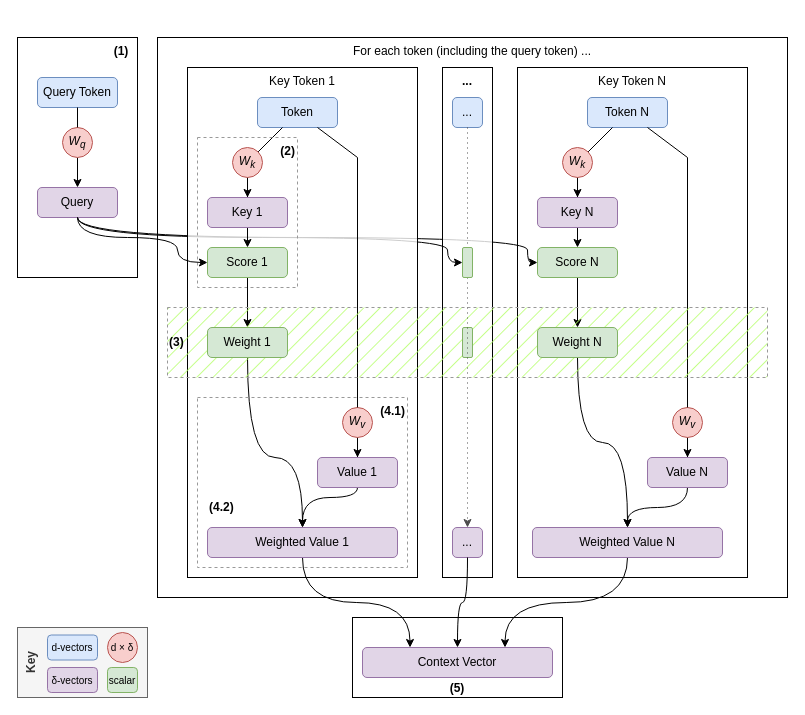
Above: book/images/attention/overview.drawio in yshavit/llm-notes (draw.io), before the change. Source tidied: cells renumbered, new cells numbered last; positions are measured from the earlier drawing's top-left corner, leaving out a move shared by most shapes. Both pictures are drawn from the tidied source at 100%, with x=0, y=0 at pixel (17, 37).
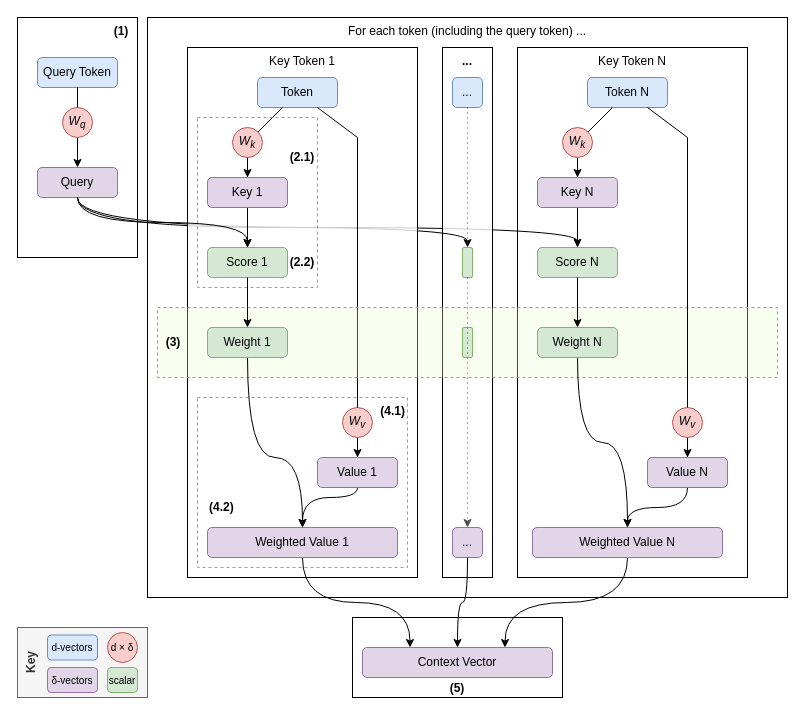
After the change.

Commit message (it also covers changes not shown here):
attention: rewording of overview

The change refers to these unchanged cells:
```xml
<mxCell id="21" value="W&lt;sub&gt;v&lt;/sub&gt;" style="ellipse;whiteSpace=wrap;html=1;fontStyle=2;fillColor=#f8cecc;strokeColor=#b85450;" parent="1" vertex="1">
  <mxGeometry x="655" y="370" width="30" height="30" as="geometry" />
</mxCell>
<mxCell id="24" value="Score N" style="rounded=1;whiteSpace=wrap;html=1;fillColor=#d5e8d4;strokeColor=#82b366;" parent="1" vertex="1">
  <mxGeometry x="520" y="210" width="80" height="30" as="geometry" />
</mxCell>
<mxCell id="26" value="Weighted Value N" style="rounded=1;whiteSpace=wrap;html=1;fillColor=#e1d5e7;strokeColor=#9673a6;" parent="1" vertex="1">
  <mxGeometry x="515" y="490" width="190" height="30" as="geometry" />
</mxCell>
<mxCell id="29" value="..." style="rounded=1;whiteSpace=wrap;html=1;fillColor=#e1d5e7;strokeColor=#9673a6;" parent="1" vertex="1">
  <mxGeometry x="435" y="490" width="30" height="30" as="geometry" />
</mxCell>
<mxCell id="41" value="W&lt;sub&gt;v&lt;/sub&gt;" style="ellipse;whiteSpace=wrap;html=1;fontStyle=2;fillColor=#f8cecc;strokeColor=#b85450;" parent="1" vertex="1">
  <mxGeometry x="325" y="370" width="30" height="30" as="geometry" />
</mxCell>
<mxCell id="60" style="rounded=1;whiteSpace=wrap;html=1;fillColor=#d5e8d4;strokeColor=#82b366;" parent="1" vertex="1">
  <mxGeometry x="445" y="210" width="10" height="30" as="geometry" />
</mxCell>
<mxCell id="62" value="Score 1" style="rounded=1;whiteSpace=wrap;html=1;fillColor=#d5e8d4;strokeColor=#82b366;" parent="1" vertex="1">
  <mxGeometry x="190" y="210" width="80" height="30" as="geometry" />
</mxCell>
<mxCell id="65" value="Weighted Value 1" style="rounded=1;whiteSpace=wrap;html=1;fillColor=#e1d5e7;strokeColor=#9673a6;" parent="1" vertex="1">
  <mxGeometry x="190" y="490" width="190" height="30" as="geometry" />
</mxCell>
```

Change to the diagram source:
```diff
@@
     <mxCell id="2" value="&lt;span style=&quot;&quot;&gt;(1)&amp;nbsp;&amp;nbsp;&lt;/span&gt;" style="rounded=0;whiteSpace=wrap;html=1;fontStyle=1;verticalAlign=top;align=right;" parent="1" vertex="1">
-      <mxGeometry width="120" height="240" as="geometry" />
+      <mxGeometry y="-20" width="120" height="240" as="geometry" />
     </mxCell>
@@
     <mxCell id="4" value="Query Token" style="rounded=1;whiteSpace=wrap;html=1;fillColor=#dae8fc;strokeColor=#6c8ebf;" parent="1" vertex="1">
-      <mxGeometry x="20" y="40" width="80" height="30" as="geometry" />
+      <mxGeometry x="20" y="20" width="80" height="30" as="geometry" />
     </mxCell>
     <mxCell id="5" value="Query" style="rounded=1;whiteSpace=wrap;html=1;fillColor=#e1d5e7;strokeColor=#9673a6;" parent="1" vertex="1">
-      <mxGeometry x="20" y="150" width="80" height="30" as="geometry" />
+      <mxGeometry x="20" y="130" width="80" height="30" as="geometry" />
     </mxCell>
     <mxCell id="6" value="For each token (including the query token) ..." style="rounded=0;whiteSpace=wrap;html=1;verticalAlign=top;" parent="1" vertex="1">
-      <mxGeometry x="140" width="630" height="560" as="geometry" />
+      <mxGeometry x="130" y="-20" width="640" height="580" as="geometry" />
     </mxCell>
     <mxCell id="7" value="W&lt;sub&gt;q&lt;/sub&gt;" style="ellipse;whiteSpace=wrap;html=1;fontStyle=2;fillColor=#f8cecc;strokeColor=#b85450;" parent="1" vertex="1">
-      <mxGeometry x="45" y="90" width="30" height="30" as="geometry" />
+      <mxGeometry x="45" y="70" width="30" height="30" as="geometry" />
     </mxCell>
@@
     <mxCell id="10" value="Key Token N" style="rounded=0;whiteSpace=wrap;html=1;verticalAlign=top;" parent="1" vertex="1">
-      <mxGeometry x="500" y="30" width="230" height="510" as="geometry" />
+      <mxGeometry x="500" y="10" width="230" height="530" as="geometry" />
     </mxCell>
@@
     <mxCell id="12" value="Token N" style="rounded=1;whiteSpace=wrap;html=1;fillColor=#dae8fc;strokeColor=#6c8ebf;" parent="1" vertex="1">
-      <mxGeometry x="570" y="60" width="80" height="30" as="geometry" />
+      <mxGeometry x="570" y="40" width="80" height="30" as="geometry" />
     </mxCell>
-    <mxCell id="13" style="rounded=0;jettySize=auto;html=1;entryX=0.5;entryY=0;entryDx=0;entryDy=0;" parent="1" edge="1" source="14" target="24">
-      <mxGeometry relative="1" as="geometry" />
+    <mxCell id="13" style="rounded=0;jettySize=auto;html=1;entryX=0.5;entryY=0;entryDx=0;entryDy=0;" parent="1" edge="1" target="24">
+      <mxGeometry relative="1" as="geometry">
+        <mxPoint x="560" y="220" as="sourcePoint" />
+      </mxGeometry>
     </mxCell>
+    <mxCell id="67" style="edgeStyle=orthogonalEdgeStyle;rounded=0;jettySize=auto;html=1;exitX=0.5;exitY=1;exitDx=0;exitDy=0;entryX=0.5;entryY=0;entryDx=0;entryDy=0;" parent="1" edge="1" source="14" target="24">
+      <mxGeometry relative="1" as="geometry" />
+    </mxCell>
     <mxCell id="14" value="&lt;span&gt;Key N&lt;/span&gt;" style="rounded=1;whiteSpace=wrap;html=1;fillColor=#e1d5e7;strokeColor=#9673a6;fontStyle=0;" parent="1" vertex="1">
-      <mxGeometry x="520" y="160" width="80" height="30" as="geometry" />
+      <mxGeometry x="520" y="140" width="80" height="30" as="geometry" />
     </mxCell>
     <mxCell id="15" value="W&lt;sub&gt;k&lt;/sub&gt;" style="ellipse;whiteSpace=wrap;html=1;fontStyle=2;fillColor=#f8cecc;strokeColor=#b85450;" parent="1" vertex="1">
-      <mxGeometry x="545" y="110" width="30" height="30" as="geometry" />
+      <mxGeometry x="545" y="90" width="30" height="30" as="geometry" />
     </mxCell>
@@
-    <mxCell id="17" style="rounded=0;jettySize=auto;html=1;exitX=0.5;exitY=1;exitDx=0;exitDy=0;entryX=0.5;entryY=0;entryDx=0;entryDy=0;edgeStyle=orthogonalEdgeStyle;curved=1;" parent="1" edge="1" source="54" target="26">
-      <mxGeometry relative="1" as="geometry" />
-    </mxCell>
@@
-    <mxCell id="22" style="endArrow=none;html=1;rounded=0;" parent="1" edge="1" source="21" target="12">
-      <mxGeometry relative="1" as="geometry">
-        <Array as="points">
-          <mxPoint x="670" y="120" />
-        </Array>
-      </mxGeometry>
-    </mxCell>
-    <mxCell id="23" style="edgeStyle=orthogonalEdgeStyle;rounded=0;jettySize=auto;html=1;exitX=0.5;exitY=1;exitDx=0;exitDy=0;entryX=0.5;entryY=0;entryDx=0;entryDy=0;" parent="1" edge="1" source="24" target="54">
-      <mxGeometry relative="1" as="geometry" />
-    </mxCell>
@@
-    <mxCell id="27" style="rounded=0;jettySize=auto;html=1;exitX=0.5;exitY=1;exitDx=0;exitDy=0;entryX=0;entryY=0.5;entryDx=0;entryDy=0;edgeStyle=orthogonalEdgeStyle;curved=1;noJump=0;" parent="1" edge="1" source="5" target="24">
+    <mxCell id="27" style="rounded=0;jettySize=auto;html=1;exitX=0.5;exitY=1;exitDx=0;exitDy=0;entryX=0.5;entryY=0;entryDx=0;entryDy=0;edgeStyle=orthogonalEdgeStyle;curved=1;noJump=0;endArrow=classicThin;endFill=0;" parent="1" edge="1" source="5" target="24">
       <mxGeometry relative="1" as="geometry">
         <Array as="points">
-          <mxPoint x="60" y="200" />
-          <mxPoint x="510" y="200" />
-          <mxPoint x="510" y="225" />
+          <mxPoint x="60" y="190" />
+          <mxPoint x="560" y="190" />
         </Array>
       </mxGeometry>
     </mxCell>
     <mxCell id="28" value="..." style="rounded=0;whiteSpace=wrap;html=1;verticalAlign=top;fontStyle=1;fillColor=#FFFFFFCC;" parent="1" vertex="1">
-      <mxGeometry x="425" y="30" width="50" height="510" as="geometry" />
+      <mxGeometry x="425" y="10" width="50" height="530" as="geometry" />
     </mxCell>
@@
     <mxCell id="30" value="..." style="rounded=1;whiteSpace=wrap;html=1;fillColor=#dae8fc;strokeColor=#6c8ebf;" parent="1" vertex="1">
-      <mxGeometry x="435" y="60" width="30" height="30" as="geometry" />
+      <mxGeometry x="435" y="40" width="30" height="30" as="geometry" />
     </mxCell>
-    <mxCell id="31" style="edgeStyle=orthogonalEdgeStyle;rounded=0;jettySize=auto;html=1;exitX=0.5;exitY=1;exitDx=0;exitDy=0;entryX=0;entryY=0.5;entryDx=0;entryDy=0;curved=1;" parent="1" edge="1" source="5" target="60">
+    <mxCell id="31" style="edgeStyle=orthogonalEdgeStyle;rounded=0;jettySize=auto;html=1;exitX=0.5;exitY=1;exitDx=0;exitDy=0;entryX=0.5;entryY=0;entryDx=0;entryDy=0;curved=1;" parent="1" edge="1" source="5" target="60">
       <mxGeometry relative="1" as="geometry">
         <Array as="points">
-          <mxPoint x="60" y="200" />
-          <mxPoint x="430" y="200" />
-          <mxPoint x="430" y="225" />
+          <mxPoint x="60" y="190" />
+          <mxPoint x="450" y="190" />
         </Array>
       </mxGeometry>
     </mxCell>
     <mxCell id="32" value="Key Token 1" style="rounded=0;whiteSpace=wrap;html=1;verticalAlign=top;fillColor=#FFFFFFCC;" parent="1" vertex="1">
-      <mxGeometry x="170" y="30" width="230" height="510" as="geometry" />
+      <mxGeometry x="170" y="10" width="230" height="530" as="geometry" />
     </mxCell>
@@
     <mxCell id="34" value="Token" style="rounded=1;whiteSpace=wrap;html=1;fillColor=#dae8fc;strokeColor=#6c8ebf;" parent="1" vertex="1">
-      <mxGeometry x="240" y="60" width="80" height="30" as="geometry" />
+      <mxGeometry x="240" y="40" width="80" height="30" as="geometry" />
     </mxCell>
-    <mxCell id="35" style="rounded=0;jettySize=auto;html=1;entryX=0.5;entryY=0;entryDx=0;entryDy=0;" parent="1" edge="1" source="46" target="62">
+    <mxCell id="35" style="rounded=0;jettySize=auto;html=1;entryX=0.5;entryY=0;entryDx=0;entryDy=0;exitX=0.5;exitY=1;exitDx=0;exitDy=0;" parent="1" edge="1" source="46" target="62">
       <mxGeometry relative="1" as="geometry" />
     </mxCell>
     <mxCell id="36" value="W&lt;sub&gt;k&lt;/sub&gt;" style="ellipse;whiteSpace=wrap;html=1;fontStyle=2;fillColor=#f8cecc;strokeColor=#b85450;" parent="1" vertex="1">
-      <mxGeometry x="215" y="110" width="30" height="30" as="geometry" />
+      <mxGeometry x="215" y="90" width="30" height="30" as="geometry" />
     </mxCell>
@@
-    <mxCell id="38" style="rounded=0;jettySize=auto;html=1;exitX=0.5;exitY=1;exitDx=0;exitDy=0;entryX=0.5;entryY=0;entryDx=0;entryDy=0;edgeStyle=orthogonalEdgeStyle;curved=1;" parent="1" edge="1" source="63" target="65">
-      <mxGeometry relative="1" as="geometry">
-        <Array as="points">
-          <mxPoint x="230" y="420" />
-          <mxPoint x="285" y="420" />
-        </Array>
-      </mxGeometry>
-    </mxCell>
@@
     <mxCell id="42" style="endArrow=none;html=1;rounded=0;" parent="1" edge="1" source="41" target="34">
       <mxGeometry relative="1" as="geometry">
         <Array as="points">
-          <mxPoint x="340" y="120" />
+          <mxPoint x="340" y="100" />
         </Array>
       </mxGeometry>
     </mxCell>
-    <mxCell id="43" value="(2)" style="rounded=0;whiteSpace=wrap;html=1;fillColor=none;strokeColor=#999999;dashed=1;align=right;verticalAlign=top;fontStyle=1;" parent="1" vertex="1">
-      <mxGeometry x="180" y="100" width="100" height="150" as="geometry" />
+    <mxCell id="43" style="rounded=0;whiteSpace=wrap;html=1;fillColor=none;strokeColor=#999999;dashed=1;align=right;verticalAlign=top;fontStyle=1;" parent="1" vertex="1">
+      <mxGeometry x="180" y="80" width="120" height="170" as="geometry" />
     </mxCell>
@@
-    <mxCell id="45" style="edgeStyle=orthogonalEdgeStyle;rounded=0;jettySize=auto;html=1;exitX=0.5;exitY=1;exitDx=0;exitDy=0;entryX=0.5;entryY=0;entryDx=0;entryDy=0;" parent="1" edge="1" source="62" target="63">
-      <mxGeometry relative="1" as="geometry" />
-    </mxCell>
     <mxCell id="46" value="&lt;span&gt;Key 1&lt;/span&gt;" style="rounded=1;whiteSpace=wrap;html=1;fillColor=#e1d5e7;strokeColor=#9673a6;fontStyle=0;" parent="1" vertex="1">
-      <mxGeometry x="190" y="160" width="80" height="30" as="geometry" />
+      <mxGeometry x="190" y="140" width="80" height="30" as="geometry" />
     </mxCell>
-    <mxCell id="47" style="rounded=0;jettySize=auto;html=1;entryX=0;entryY=0.5;entryDx=0;entryDy=0;edgeStyle=orthogonalEdgeStyle;exitX=0.5;exitY=1;exitDx=0;exitDy=0;flowAnimation=0;curved=1;" parent="1" edge="1" source="5" target="62">
-      <mxGeometry relative="1" as="geometry">
-        <Array as="points">
-          <mxPoint x="60" y="200" />
-          <mxPoint x="160" y="200" />
-          <mxPoint x="160" y="225" />
-        </Array>
-      </mxGeometry>
+    <mxCell id="47" style="rounded=0;jettySize=auto;html=1;edgeStyle=orthogonalEdgeStyle;exitX=0.5;exitY=1;exitDx=0;exitDy=0;flowAnimation=0;curved=1;entryX=0.5;entryY=0;entryDx=0;entryDy=0;" parent="1" edge="1" source="5" target="62">
+      <mxGeometry relative="1" as="geometry" />
     </mxCell>
@@
-    <mxCell id="53" value="(3)&amp;nbsp;" style="rounded=0;whiteSpace=wrap;html=1;fillColor=#B3FF66;strokeColor=#999999;dashed=1;align=left;verticalAlign=middle;fontStyle=1;fillStyle=hatch;strokeWidth=1;" parent="1" vertex="1">
-      <mxGeometry x="150" y="270" width="600" height="70" as="geometry" />
-    </mxCell>
-    <mxCell id="54" value="Weight N" style="rounded=1;whiteSpace=wrap;html=1;fillColor=#d5e8d4;strokeColor=#82b366;" parent="1" vertex="1">
-      <mxGeometry x="520" y="290" width="80" height="30" as="geometry" />
-    </mxCell>
@@
-    <mxCell id="57" style="rounded=1;whiteSpace=wrap;html=1;fillColor=#d5e8d4;strokeColor=#82b366;" parent="1" vertex="1">
-      <mxGeometry x="445" y="290" width="10" height="30" as="geometry" />
-    </mxCell>
-    <mxCell id="58" style="edgeStyle=orthogonalEdgeStyle;rounded=0;jettySize=auto;html=1;exitX=0.5;exitY=1;exitDx=0;exitDy=0;entryX=0.5;entryY=0;entryDx=0;entryDy=0;strokeColor=#4D4D4D;dashed=1;dashPattern=1 4;" parent="1" edge="1" source="60" target="29">
-      <mxGeometry relative="1" as="geometry" />
-    </mxCell>
@@
-    <mxCell id="63" value="Weight 1" style="rounded=1;whiteSpace=wrap;html=1;fillColor=#d5e8d4;strokeColor=#82b366;" parent="1" vertex="1">
-      <mxGeometry x="190" y="290" width="80" height="30" as="geometry" />
-    </mxCell>
@@
+    <mxCell id="68" value="(2.1)" style="text;html=1;whiteSpace=wrap;strokeColor=none;fillColor=none;align=center;verticalAlign=middle;rounded=0;fontStyle=1;" parent="1" vertex="1">
+      <mxGeometry x="270" y="110" width="30" height="20" as="geometry" />
+    </mxCell>
+    <mxCell id="69" value="(2.2)" style="text;html=1;whiteSpace=wrap;strokeColor=none;fillColor=none;align=center;verticalAlign=middle;rounded=0;fontStyle=1;" parent="1" vertex="1">
+      <mxGeometry x="270" y="215" width="30" height="20" as="geometry" />
+    </mxCell>
+    <mxCell id="70" style="rounded=0;whiteSpace=wrap;html=1;strokeColor=none;fillColor=#E6FFCC4D;" parent="1" vertex="1">
+      <mxGeometry x="140" y="270" width="620" height="70" as="geometry" />
+    </mxCell>
+    <mxCell id="53" value="&amp;nbsp; (3)&amp;nbsp;" style="rounded=0;whiteSpace=wrap;html=1;fillColor=none;strokeColor=#999999;dashed=1;align=left;verticalAlign=middle;fontStyle=1;fillStyle=hatch;strokeWidth=1;gradientColor=none;" parent="1" vertex="1">
+      <mxGeometry x="140" y="270" width="620" height="70" as="geometry" />
+    </mxCell>
+    <mxCell id="17" style="rounded=0;jettySize=auto;html=1;exitX=0.5;exitY=1;exitDx=0;exitDy=0;entryX=0.5;entryY=0;entryDx=0;entryDy=0;edgeStyle=orthogonalEdgeStyle;curved=1;" parent="1" edge="1" source="54" target="26">
+      <mxGeometry relative="1" as="geometry" />
+    </mxCell>
+    <mxCell id="22" style="endArrow=none;html=1;rounded=0;" parent="1" edge="1" source="21" target="12">
+      <mxGeometry relative="1" as="geometry">
+        <Array as="points">
+          <mxPoint x="670" y="100" />
+        </Array>
+      </mxGeometry>
+    </mxCell>
+    <mxCell id="23" style="edgeStyle=orthogonalEdgeStyle;rounded=0;jettySize=auto;html=1;exitX=0.5;exitY=1;exitDx=0;exitDy=0;entryX=0.5;entryY=0;entryDx=0;entryDy=0;" parent="1" edge="1" source="24" target="54">
+      <mxGeometry relative="1" as="geometry" />
+    </mxCell>
+    <mxCell id="38" style="rounded=0;jettySize=auto;html=1;exitX=0.5;exitY=1;exitDx=0;exitDy=0;entryX=0.5;entryY=0;entryDx=0;entryDy=0;edgeStyle=orthogonalEdgeStyle;curved=1;" parent="1" edge="1" source="63" target="65">
+      <mxGeometry relative="1" as="geometry">
+        <Array as="points">
+          <mxPoint x="230" y="420" />
+          <mxPoint x="285" y="420" />
+        </Array>
+      </mxGeometry>
+    </mxCell>
+    <mxCell id="45" style="edgeStyle=orthogonalEdgeStyle;rounded=0;jettySize=auto;html=1;exitX=0.5;exitY=1;exitDx=0;exitDy=0;entryX=0.5;entryY=0;entryDx=0;entryDy=0;" parent="1" edge="1" source="62" target="63">
+      <mxGeometry relative="1" as="geometry" />
+    </mxCell>
+    <mxCell id="54" value="Weight N" style="rounded=1;whiteSpace=wrap;html=1;fillColor=#d5e8d4;strokeColor=#82b366;" parent="1" vertex="1">
+      <mxGeometry x="520" y="290" width="80" height="30" as="geometry" />
+    </mxCell>
+    <mxCell id="57" style="rounded=1;whiteSpace=wrap;html=1;fillColor=#d5e8d4;strokeColor=#82b366;" parent="1" vertex="1">
+      <mxGeometry x="445" y="290" width="10" height="30" as="geometry" />
+    </mxCell>
+    <mxCell id="58" style="edgeStyle=orthogonalEdgeStyle;rounded=0;jettySize=auto;html=1;exitX=0.5;exitY=1;exitDx=0;exitDy=0;entryX=0.5;entryY=0;entryDx=0;entryDy=0;strokeColor=#4D4D4D;dashed=1;dashPattern=1 4;" parent="1" edge="1" source="60" target="29">
+      <mxGeometry relative="1" as="geometry" />
+    </mxCell>
+    <mxCell id="63" value="Weight 1" style="rounded=1;whiteSpace=wrap;html=1;fillColor=#d5e8d4;strokeColor=#82b366;" parent="1" vertex="1">
+      <mxGeometry x="190" y="290" width="80" height="30" as="geometry" />
+    </mxCell>
```
